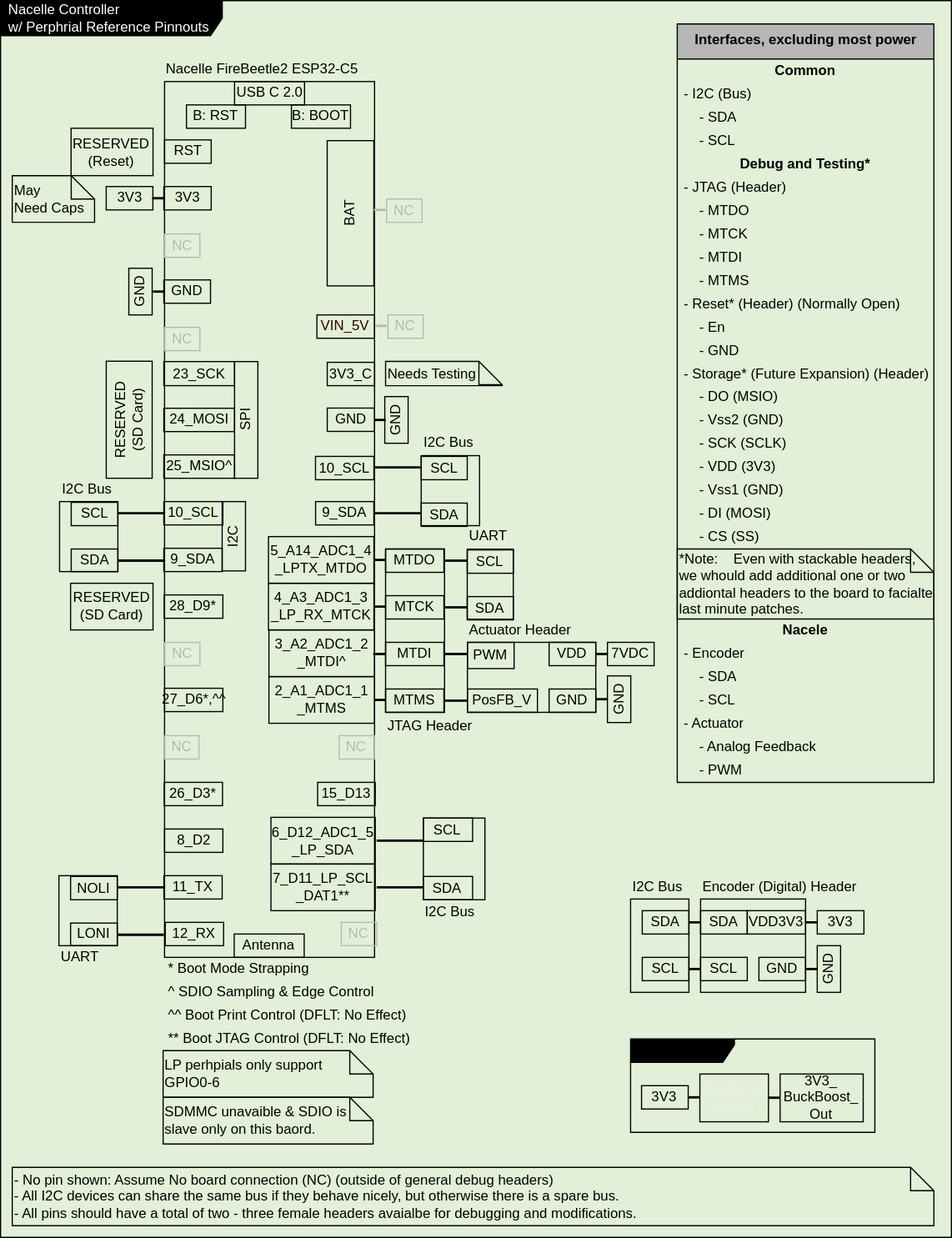
Before: Hardware-Pinouts/CtrlPO_Nacelle.svg, a diagram exported from draw.io (BobSaidHi/2026-Controls_Core). Source tidied: cells renumbered, new cells last; positions are measured from the earlier drawing's top-left corner, leaving out a move shared by most shapes.
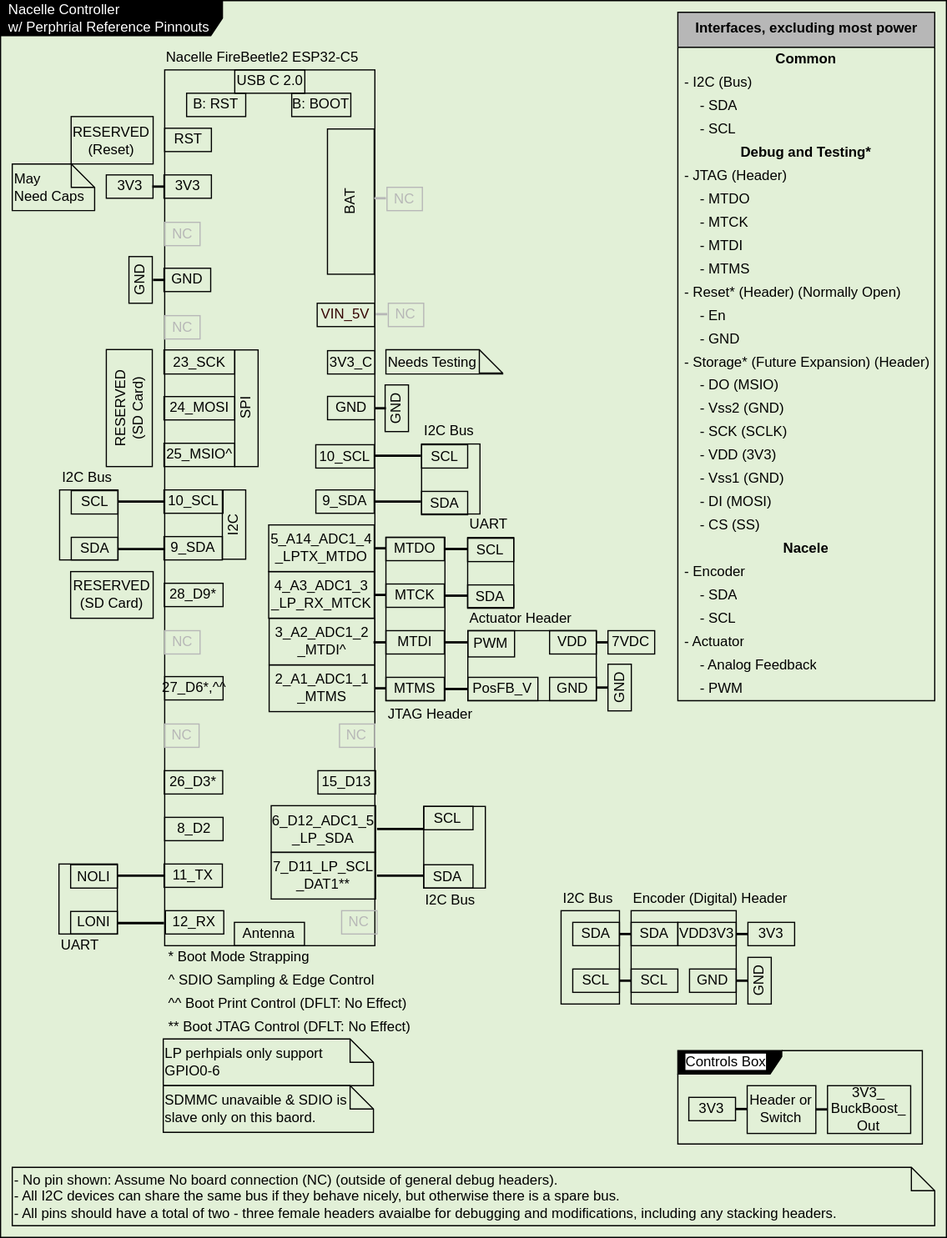
The same diagram one commit later.

Change to the diagram source:
```diff
@@ -3,7 +3,7 @@
     <mxCell id="0" />
     <mxCell id="1" parent="0" />
     <mxCell id="2" value="&lt;font color=&quot;#ffffff&quot;&gt;Nacelle Controller&lt;br&gt;w/ Perphrial Reference Pinnouts&lt;/font&gt;" style="shape=umlFrame;whiteSpace=wrap;html=1;width=190;height=30;boundedLbl=1;verticalAlign=middle;align=left;spacingLeft=5;fontColor=#000000;strokeColor=#000000;fillColor=#000000;gradientColor=#000000;fillStyle=solid;" parent="1" vertex="1">
-      <mxGeometry width="815" height="1060" as="geometry" />
+      <mxGeometry y="10" width="810" height="1060" as="geometry" />
     </mxCell>
     <mxCell id="3" style="text;html=1;strokeColor=#000000;fillColor=none;align=center;verticalAlign=middle;whiteSpace=wrap;rounded=0;fontColor=#000000;" parent="1" vertex="1">
       <mxGeometry x="330" y="470" width="50.5" height="140" as="geometry" />
@@ -75,7 +75,7 @@
       <mxGeometry x="230" y="539.4" width="90.5" height="40" as="geometry" />
     </mxCell>
     <mxCell id="26" value="&lt;font style=&quot;color: light-dark(rgb(0, 0, 0), rgb(255, 255, 255));&quot;&gt;&lt;b style=&quot;&quot;&gt;Interfaces, excluding most power&lt;/b&gt;&lt;/font&gt;" style="swimlane;fontStyle=0;align=center;verticalAlign=top;horizontal=1;startSize=30;html=1;fontColor=#000000;strokeColor=#000000;fillColor=#b7b7b7;" parent="1" vertex="1">
-      <mxGeometry x="580" y="20" width="220" height="650" as="geometry" />
+      <mxGeometry x="580" y="20" width="220" height="590" as="geometry" />
     </mxCell>
     <mxCell id="27" value="&lt;b&gt;&lt;font style=&quot;color: light-dark(rgb(0, 0, 0), rgb(255, 255, 255));&quot;&gt;Common&lt;/font&gt;&lt;/b&gt;" style="text;html=1;strokeColor=none;fillColor=none;align=center;verticalAlign=middle;spacingLeft=4;spacingRight=4;overflow=hidden;fontColor=#000000;" parent="26" vertex="1">
       <mxGeometry y="30" width="220" height="20" as="geometry" />
@@ -140,35 +140,32 @@
     <mxCell id="47" value="&amp;nbsp; &amp;nbsp; - CS (SS)" style="text;html=1;align=left;verticalAlign=middle;spacingLeft=4;spacingRight=4;overflow=hidden;fontColor=#000000;strokeColor=none;" parent="26" vertex="1">
       <mxGeometry y="430" width="220" height="20" as="geometry" />
     </mxCell>
-    <mxCell id="48" value="&lt;span style=&quot;&quot;&gt;&lt;font style=&quot;color: light-dark(rgb(0, 0, 0), rgb(255, 255, 255));&quot;&gt;*Note:&amp;nbsp; &amp;nbsp; Even with stackable headers, we whould add additional one or two addiontal headers to the board to facialte last minute patches.&lt;/font&gt;&lt;/span&gt;" style="shape=note;size=20;whiteSpace=wrap;html=1;strokeColor=#000000;fontColor=#000000;fillColor=none;align=left;" parent="26" vertex="1">
-      <mxGeometry y="450" width="220" height="60" as="geometry" />
-    </mxCell>
     <mxCell id="49" value="&lt;b&gt;&lt;font style=&quot;color: light-dark(rgb(0, 0, 0), rgb(255, 255, 255));&quot;&gt;Nacele&lt;/font&gt;&lt;/b&gt;" style="text;html=1;strokeColor=none;fillColor=none;align=center;verticalAlign=middle;spacingLeft=4;spacingRight=4;overflow=hidden;fontColor=#000000;" parent="26" vertex="1">
-      <mxGeometry y="510" width="220" height="20" as="geometry" />
+      <mxGeometry y="450" width="220" height="20" as="geometry" />
     </mxCell>
     <mxCell id="50" value="- Encoder&lt;span style=&quot;color: rgba(0, 0, 0, 0); font-family: monospace; font-size: 0px;&quot;&gt;%3CmxGraphModel%3E%3Croot%3E%3CmxCell%20id%3D%220%22%2F%3E%3CmxCell%20id%3D%221%22%20parent%3D%220%22%2F%3E%3CmxCell%20id%3D%222%22%20value%3D%22%26amp%3Bnbsp%3B%20%26amp%3Bnbsp%3B%20-%20CS%20(SS)%22%20style%3D%22text%3Bhtml%3D1%3Balign%3Dleft%3BverticalAlign%3Dmiddle%3BspacingLeft%3D4%3BspacingRight%3D4%3Boverflow%3Dhidden%3Brotatable%3D0%3Bpoints%3D%5B%5B0%2C0.5%5D%2C%5B1%2C0.5%5D%5D%3BportConstraint%3Deastwest%3BfontColor%3D%23000000%3BstrokeColor%3Dnone%3B%22%20vertex%3D%221%22%20parent%3D%221%22%3E%3CmxGeometry%20x%3D%22610%22%20y%3D%22575%22%20width%3D%22220%22%20height%3D%2220%22%20as%3D%22geometry%22%2F%3E%3C%2FmxCell%3E%3C%2Froot%3E%3C%2FmxGraphModel%3E&lt;/span&gt;" style="text;html=1;align=left;verticalAlign=middle;spacingLeft=4;spacingRight=4;overflow=hidden;fontColor=#000000;strokeColor=none;" parent="26" vertex="1">
-      <mxGeometry y="530" width="220" height="20" as="geometry" />
+      <mxGeometry y="470" width="220" height="20" as="geometry" />
     </mxCell>
     <mxCell id="51" value="&amp;nbsp; &amp;nbsp; - SDA" style="text;html=1;align=left;verticalAlign=middle;spacingLeft=4;spacingRight=4;overflow=hidden;fontColor=#000000;strokeColor=none;" parent="26" vertex="1">
-      <mxGeometry y="550" width="220" height="20" as="geometry" />
+      <mxGeometry y="490" width="220" height="20" as="geometry" />
     </mxCell>
     <mxCell id="52" value="&amp;nbsp; &amp;nbsp; - SCL" style="text;html=1;align=left;verticalAlign=middle;spacingLeft=4;spacingRight=4;overflow=hidden;fontColor=#000000;strokeColor=none;" parent="26" vertex="1">
-      <mxGeometry y="570" width="220" height="20" as="geometry" />
+      <mxGeometry y="510" width="220" height="20" as="geometry" />
     </mxCell>
     <mxCell id="53" value="- Actuator&lt;span style=&quot;color: rgba(0, 0, 0, 0); font-family: monospace; font-size: 0px;&quot;&gt;%3CmxGraphModel%3E%3Croot%3E%3CmxCell%20id%3D%220%22%2F%3E%3CmxCell%20id%3D%221%22%20parent%3D%220%22%2F%3E%3CmxCell%20id%3D%222%22%20value%3D%22%26amp%3Bnbsp%3B%20%26amp%3Bnbsp%3B%20-%20CS%20(SS)%22%20style%3D%22text%3Bhtml%3D1%3Balign%3Dleft%3BverticalAlign%3Dmiddle%3BspacingLeft%3D4%3BspacingRight%3D4%3Boverflow%3Dhidden%3Brotatable%3D0%3Bpoints%3D%5B%5B0%2C0.5%5D%2C%5B1%2C0.5%5D%5D%3BportConstraint%3Deastwest%3BfontColor%3D%23000000%3BstrokeColor%3Dnone%3B%22%20vertex%3D%221%22%20parent%3D%221%22%3E%3CmxGeometry%20x%3D%22610%22%20y%3D%22575%22%20width%3D%22220%22%20height%3D%2220%22%20as%3D%22geometry%22%2F%3E%3C%2FmxCell%3E%3C%2Froot%3E%3C%2FmxGraphModel%3E&lt;/span&gt;" style="text;html=1;align=left;verticalAlign=middle;spacingLeft=4;spacingRight=4;overflow=hidden;fontColor=#000000;strokeColor=none;" parent="26" vertex="1">
-      <mxGeometry y="590" width="220" height="20" as="geometry" />
+      <mxGeometry y="530" width="220" height="20" as="geometry" />
     </mxCell>
     <mxCell id="54" value="&amp;nbsp; &amp;nbsp; - Analog Feedback" style="text;html=1;align=left;verticalAlign=middle;spacingLeft=4;spacingRight=4;overflow=hidden;fontColor=#000000;strokeColor=none;" parent="26" vertex="1">
-      <mxGeometry y="610" width="220" height="20" as="geometry" />
+      <mxGeometry y="550" width="220" height="20" as="geometry" />
     </mxCell>
     <mxCell id="55" value="&amp;nbsp; &amp;nbsp; - PWM" style="text;html=1;align=left;verticalAlign=middle;spacingLeft=4;spacingRight=4;overflow=hidden;fontColor=#000000;strokeColor=none;" parent="26" vertex="1">
-      <mxGeometry y="630" width="220" height="20" as="geometry" />
+      <mxGeometry y="570" width="220" height="20" as="geometry" />
     </mxCell>
     <mxCell id="56" value="* Boot Mode Strapping" style="text;html=1;strokeColor=none;fillColor=none;align=left;verticalAlign=middle;whiteSpace=wrap;rounded=0;fontColor=#000000;" parent="1" vertex="1">
       <mxGeometry x="141.8" y="820" width="180.6" height="20" as="geometry" />
     </mxCell>
-    <mxCell id="57" value="- No pin shown: Assume No board connection (NC) (outside of general debug headers)&lt;br&gt;- All I2C devices can share the same bus if they behave nicely, but otherwise there is a spare bus.&lt;div&gt;&lt;font style=&quot;color: light-dark(rgb(0, 0, 0), rgb(255, 255, 255));&quot;&gt;- All pins should have a total of two - three female headers avaialbe for debugging and modifications.&lt;/font&gt;&lt;/div&gt;" style="shape=note;size=20;whiteSpace=wrap;html=1;strokeColor=#000000;fontColor=#000000;fillColor=none;align=left;" parent="1" vertex="1">
-      <mxGeometry x="10" y="1000" width="790" height="50" as="geometry" />
+    <mxCell id="57" value="- No pin shown: Assume No board connection (NC) (outside of general debug headers).&lt;br&gt;- All I2C devices can share the same bus if they behave nicely, but otherwise there is a spare bus.&lt;div&gt;&lt;font style=&quot;color: light-dark(rgb(0, 0, 0), rgb(255, 255, 255));&quot;&gt;- All pins should have a total of two - three female headers avaialbe for debugging and modifications, including any stacking headers.&lt;/font&gt;&lt;/div&gt;" style="shape=note;size=20;whiteSpace=wrap;html=1;strokeColor=#000000;fontColor=#000000;fillColor=none;align=left;" parent="1" vertex="1">
+      <mxGeometry x="10" y="1010" width="790" height="50" as="geometry" />
     </mxCell>
     <mxCell id="58" style="line;strokeWidth=2;html=1;strokeColor=#000000;fontColor=#000000;" parent="1" vertex="1">
       <mxGeometry x="321" y="474.4" width="9" height="10" as="geometry" />
@@ -183,7 +180,7 @@
       <mxGeometry x="139.3" y="940" width="180" height="40" as="geometry" />
     </mxCell>
     <mxCell id="62" style="group;" parent="1" vertex="1">
-      <mxGeometry x="540" y="750" width="200" height="100" as="geometry" />
+      <mxGeometry x="480" y="770" width="200" height="100" as="geometry" />
     </mxCell>
     <mxCell id="63" value="Encoder (Digital) Header" style="text;html=1;strokeColor=none;fillColor=none;align=left;verticalAlign=middle;whiteSpace=wrap;rounded=0;fontColor=#000000;" parent="62" vertex="1">
       <mxGeometry x="60" width="140" height="20" as="geometry" />
@@ -383,10 +380,10 @@
     <mxCell id="128" value="UART" style="text;html=1;strokeColor=none;fillColor=none;align=left;verticalAlign=middle;whiteSpace=wrap;rounded=0;fontColor=#000000;" parent="1" vertex="1">
       <mxGeometry x="49.9" y="810" width="50" height="20" as="geometry" />
     </mxCell>
-    <mxCell id="129" style="group;" parent="1" vertex="1">
-      <mxGeometry x="540" y="890" width="209.4" height="80" as="geometry" />
+    <mxCell id="129" style="group;fillColor=none;gradientColor=none;" parent="1" vertex="1">
+      <mxGeometry x="580" y="910" width="209.4" height="80" as="geometry" />
     </mxCell>
-    <mxCell id="130" value="&lt;font style=&quot;color: light-dark(rgb(0, 0, 0), rgb(0, 0, 0));&quot;&gt;Controls Box&lt;/font&gt;" style="shape=umlFrame;whiteSpace=wrap;html=1;width=89;height=20;boundedLbl=1;verticalAlign=middle;align=left;spacingLeft=5;fontColor=#000000;strokeColor=#000000;fillColor=#000000;gradientColor=#000000;fillStyle=solid;" parent="129" vertex="1">
+    <mxCell id="130" value="&lt;span style=&quot;background-color: light-dark(rgb(255, 255, 255), rgb(0, 0, 0));&quot;&gt;&lt;font style=&quot;color: light-dark(rgb(0, 0, 0), rgb(255, 255, 255));&quot;&gt;Controls&lt;/font&gt;&lt;font style=&quot;color: light-dark(rgb(0, 0, 0), rgb(255, 255, 255));&quot;&gt; &lt;/font&gt;&lt;font style=&quot;color: light-dark(rgb(0, 0, 0), rgb(255, 255, 255));&quot;&gt;Box&lt;/font&gt;&lt;/span&gt;" style="shape=umlFrame;whiteSpace=wrap;html=1;width=89;height=20;boundedLbl=1;verticalAlign=middle;align=left;spacingLeft=5;fontColor=#000000;strokeColor=#000000;fillColor=light-dark(#000000,#000000);gradientColor=none;fillStyle=solid;" parent="129" vertex="1">
       <mxGeometry width="209.4" height="80" as="geometry" />
     </mxCell>
     <mxCell id="131" style="group;" parent="129" vertex="1">
@@ -404,7 +401,7 @@
     <mxCell id="135" value="3V3" style="text;html=1;strokeColor=#000000;fillColor=none;align=center;verticalAlign=middle;whiteSpace=wrap;rounded=0;fontColor=#000000;rotation=0;" parent="131" vertex="1">
       <mxGeometry y="10" width="40" height="20" as="geometry" />
     </mxCell>
-    <mxCell id="136" value="&lt;span style=&quot;text-align: left;&quot;&gt;&lt;font style=&quot;color: light-dark(rgb(237, 237, 237), rgb(255, 255, 255));&quot;&gt;Header or Switch&lt;/font&gt;&lt;/span&gt;" style="text;html=1;strokeColor=#000000;fillColor=none;align=center;verticalAlign=middle;whiteSpace=wrap;rounded=0;fontColor=#000000;rotation=0;" parent="131" vertex="1">
+    <mxCell id="136" value="&lt;span style=&quot;text-align: left;&quot;&gt;&lt;font style=&quot;color: light-dark(rgb(0, 0, 0), rgb(255, 255, 255));&quot;&gt;Header or Switch&lt;/font&gt;&lt;/span&gt;" style="text;html=1;strokeColor=#000000;fillColor=none;align=center;verticalAlign=middle;whiteSpace=wrap;rounded=0;fontColor=#000000;rotation=0;" parent="131" vertex="1">
       <mxGeometry x="50" width="58.8" height="40.9" as="geometry" />
     </mxCell>
     <mxCell id="137" value="NC" style="text;html=1;strokeColor=#B7B7B7;fillColor=none;align=center;verticalAlign=middle;whiteSpace=wrap;rounded=0;fontColor=#B7B7B7;" parent="1" vertex="1">
```
